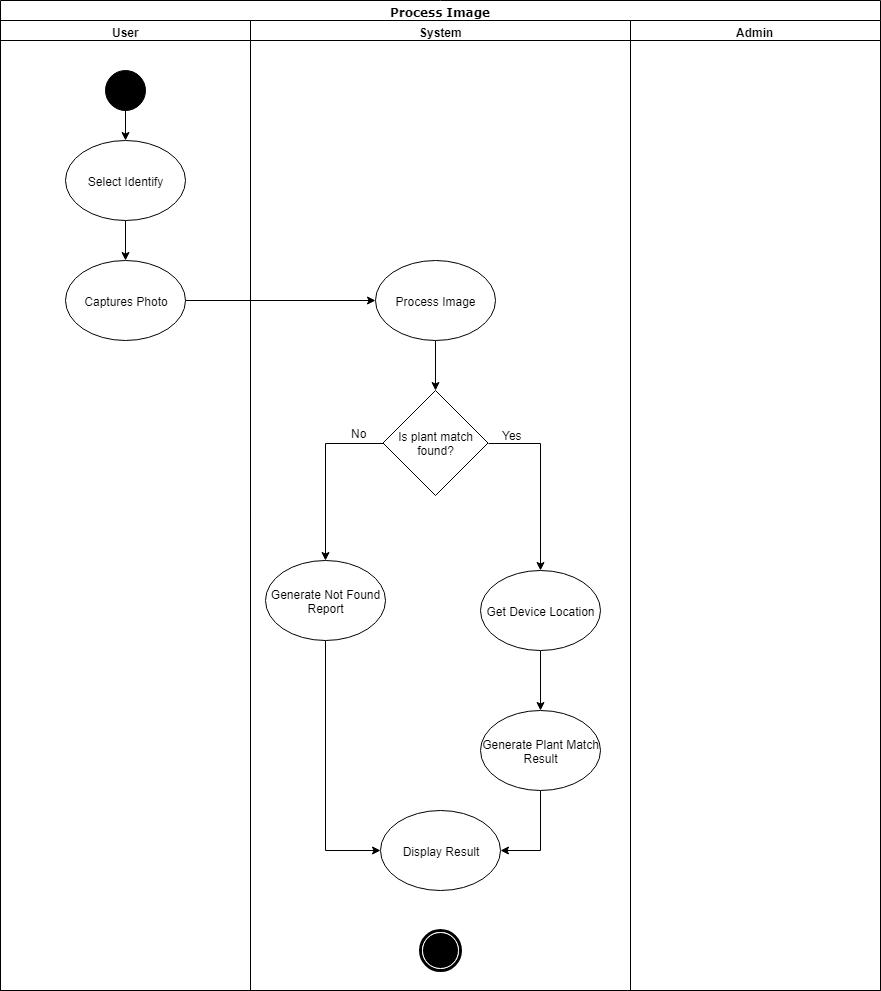
Before: Documentations/Diagrams (Midterms)/Activity Diagram/Process_Image/Activity Diagram - Process Image.png, a diagram exported from draw.io (seans888/project--lyf). Source tidied: cells renumbered, new cells last; positions are measured from the earlier drawing's top-left corner, leaving out a move shared by most shapes. The source it was exported from:
```xml
<mxGraphModel background="#ffffff">
  <root>
    <mxCell id="0" />
    <mxCell id="1" parent="0" />
    <mxCell id="2" value="Process Image" style="swimlane;html=1;startSize=20;rounded=0;shadow=0;comic=0;labelBackgroundColor=none;strokeColor=#000000;strokeWidth=1;fillColor=#ffffff;fontFamily=Verdana;fontSize=12;fontColor=#000000;align=center;" parent="1" vertex="1">
      <mxGeometry width="880" height="990" as="geometry" />
    </mxCell>
    <mxCell id="3" value="User" style="swimlane;html=1;startSize=20;" parent="2" vertex="1">
      <mxGeometry y="20" width="250" height="970" as="geometry" />
    </mxCell>
    <mxCell id="4" style="edgeStyle=orthogonalEdgeStyle;rounded=0;jettySize=auto;html=1;exitX=0.5;exitY=1;exitDx=0;exitDy=0;entryX=0.5;entryY=0;entryDx=0;entryDy=0;" parent="3" edge="1" source="5" target="7">
      <mxGeometry relative="1" as="geometry" />
    </mxCell>
    <mxCell id="5" style="ellipse;whiteSpace=wrap;html=1;rounded=0;shadow=0;comic=0;labelBackgroundColor=none;strokeColor=#000000;strokeWidth=1;fillColor=#000000;fontFamily=Verdana;fontSize=12;fontColor=#000000;align=center;" parent="3" vertex="1">
      <mxGeometry x="105" y="50" width="40" height="40" as="geometry" />
    </mxCell>
    <mxCell id="6" style="edgeStyle=orthogonalEdgeStyle;rounded=0;jettySize=auto;html=1;exitX=0.5;exitY=1;exitDx=0;exitDy=0;" parent="3" edge="1" source="7" target="8">
      <mxGeometry relative="1" as="geometry" />
    </mxCell>
    <mxCell id="7" value="Select Identify" style="ellipse;whiteSpace=wrap;html=1;" parent="3" vertex="1">
      <mxGeometry x="65" y="120" width="120" height="80" as="geometry" />
    </mxCell>
    <mxCell id="8" value="Captures Photo" style="ellipse;whiteSpace=wrap;html=1;" parent="3" vertex="1">
      <mxGeometry x="65" y="240" width="120" height="80" as="geometry" />
    </mxCell>
    <mxCell id="9" value="System" style="swimlane;html=1;startSize=20;" parent="2" vertex="1">
      <mxGeometry x="250" y="20" width="380" height="970" as="geometry" />
    </mxCell>
    <mxCell id="10" style="edgeStyle=orthogonalEdgeStyle;rounded=0;jettySize=auto;html=1;exitX=0.5;exitY=1;exitDx=0;exitDy=0;" parent="9" edge="1" source="11" target="14">
      <mxGeometry relative="1" as="geometry" />
    </mxCell>
    <mxCell id="11" value="Process Image" style="ellipse;whiteSpace=wrap;html=1;" parent="9" vertex="1">
      <mxGeometry x="125" y="240" width="120" height="80" as="geometry" />
    </mxCell>
    <mxCell id="12" style="edgeStyle=orthogonalEdgeStyle;rounded=0;jettySize=auto;html=1;exitX=1;exitY=0.5;exitDx=0;exitDy=0;entryX=0.5;entryY=0;entryDx=0;entryDy=0;" parent="9" edge="1" source="14" target="18">
      <mxGeometry relative="1" as="geometry" />
    </mxCell>
    <mxCell id="13" style="edgeStyle=orthogonalEdgeStyle;rounded=0;jettySize=auto;html=1;exitX=0;exitY=0.5;exitDx=0;exitDy=0;entryX=0.5;entryY=0;entryDx=0;entryDy=0;" parent="9" edge="1" source="14" target="16">
      <mxGeometry relative="1" as="geometry" />
    </mxCell>
    <mxCell id="14" value="Is plant match found?" style="rhombus;whiteSpace=wrap;html=1;" parent="9" vertex="1">
      <mxGeometry x="132.5" y="370" width="105" height="105" as="geometry" />
    </mxCell>
    <mxCell id="15" style="edgeStyle=orthogonalEdgeStyle;rounded=0;jettySize=auto;html=1;exitX=0.5;exitY=1;exitDx=0;exitDy=0;entryX=0;entryY=0.5;entryDx=0;entryDy=0;" parent="9" edge="1" source="16" target="21">
      <mxGeometry relative="1" as="geometry" />
    </mxCell>
    <mxCell id="16" value="Generate Not Found Report" style="ellipse;whiteSpace=wrap;html=1;" parent="9" vertex="1">
      <mxGeometry x="15" y="540" width="120" height="80" as="geometry" />
    </mxCell>
    <mxCell id="17" style="edgeStyle=orthogonalEdgeStyle;rounded=0;jettySize=auto;html=1;exitX=0.5;exitY=1;exitDx=0;exitDy=0;" parent="9" edge="1" source="18" target="20">
      <mxGeometry relative="1" as="geometry" />
    </mxCell>
    <mxCell id="18" value="Get Device Location" style="ellipse;whiteSpace=wrap;html=1;" parent="9" vertex="1">
      <mxGeometry x="230" y="550" width="120" height="80" as="geometry" />
    </mxCell>
    <mxCell id="19" style="edgeStyle=orthogonalEdgeStyle;rounded=0;jettySize=auto;html=1;exitX=0.5;exitY=1;exitDx=0;exitDy=0;entryX=1;entryY=0.5;entryDx=0;entryDy=0;" parent="9" edge="1" source="20" target="21">
      <mxGeometry relative="1" as="geometry" />
    </mxCell>
    <mxCell id="20" value="Generate Plant Match Result" style="ellipse;whiteSpace=wrap;html=1;" parent="9" vertex="1">
      <mxGeometry x="230" y="690" width="120" height="80" as="geometry" />
    </mxCell>
    <mxCell id="21" value="Display Result" style="ellipse;whiteSpace=wrap;html=1;" parent="9" vertex="1">
      <mxGeometry x="130" y="790" width="120" height="80" as="geometry" />
    </mxCell>
    <mxCell id="22" style="shape=mxgraph.bpmn.shape;html=1;verticalLabelPosition=bottom;labelBackgroundColor=#ffffff;verticalAlign=top;perimeter=ellipsePerimeter;outline=end;symbol=terminate;rounded=0;shadow=0;comic=0;strokeColor=#000000;strokeWidth=1;fillColor=#ffffff;fontFamily=Verdana;fontSize=12;fontColor=#000000;align=center;" parent="9" vertex="1">
      <mxGeometry x="170" y="910" width="40" height="40" as="geometry" />
    </mxCell>
    <mxCell id="23" value="Admin" style="swimlane;html=1;startSize=20;" parent="2" vertex="1">
      <mxGeometry x="630" y="20" width="250" height="970" as="geometry" />
    </mxCell>
    <mxCell id="24" style="edgeStyle=orthogonalEdgeStyle;rounded=0;jettySize=auto;html=1;exitX=1;exitY=0.5;exitDx=0;exitDy=0;entryX=0;entryY=0.5;entryDx=0;entryDy=0;" parent="2" edge="1" source="8" target="11">
      <mxGeometry relative="1" as="geometry" />
    </mxCell>
    <mxCell id="25" value="No" style="text;html=1;align=left;verticalAlign=top;spacingTop=-4;" parent="1" vertex="1">
      <mxGeometry x="349" y="424" width="30" height="10" as="geometry" />
    </mxCell>
    <mxCell id="26" value="Yes" style="text;html=1;align=left;verticalAlign=top;spacingTop=-4;" parent="1" vertex="1">
      <mxGeometry x="500" y="426" width="40" height="10" as="geometry" />
    </mxCell>
  </root>
</mxGraphModel>
```
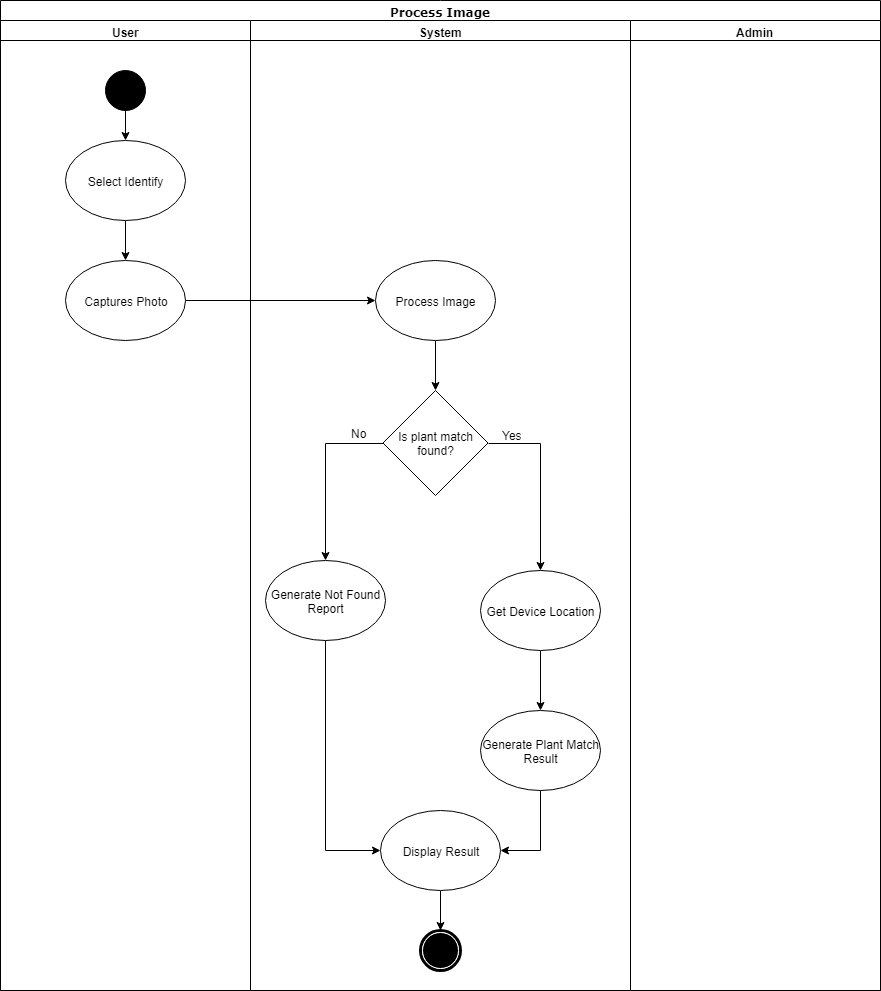
The same file after the commit.

The edit, as a diff of the source:
```diff
@@ -59,6 +59,9 @@
     <mxCell id="20" value="Generate Plant Match Result" style="ellipse;whiteSpace=wrap;html=1;" parent="9" vertex="1">
       <mxGeometry x="230" y="690" width="120" height="80" as="geometry" />
     </mxCell>
+    <mxCell id="27" style="edgeStyle=orthogonalEdgeStyle;rounded=0;jettySize=auto;html=1;exitX=0.5;exitY=1;exitDx=0;exitDy=0;entryX=0.5;entryY=0;entryDx=0;entryDy=0;" parent="9" edge="1" source="21" target="22">
+      <mxGeometry relative="1" as="geometry" />
+    </mxCell>
     <mxCell id="21" value="Display Result" style="ellipse;whiteSpace=wrap;html=1;" parent="9" vertex="1">
       <mxGeometry x="130" y="790" width="120" height="80" as="geometry" />
     </mxCell>
```
